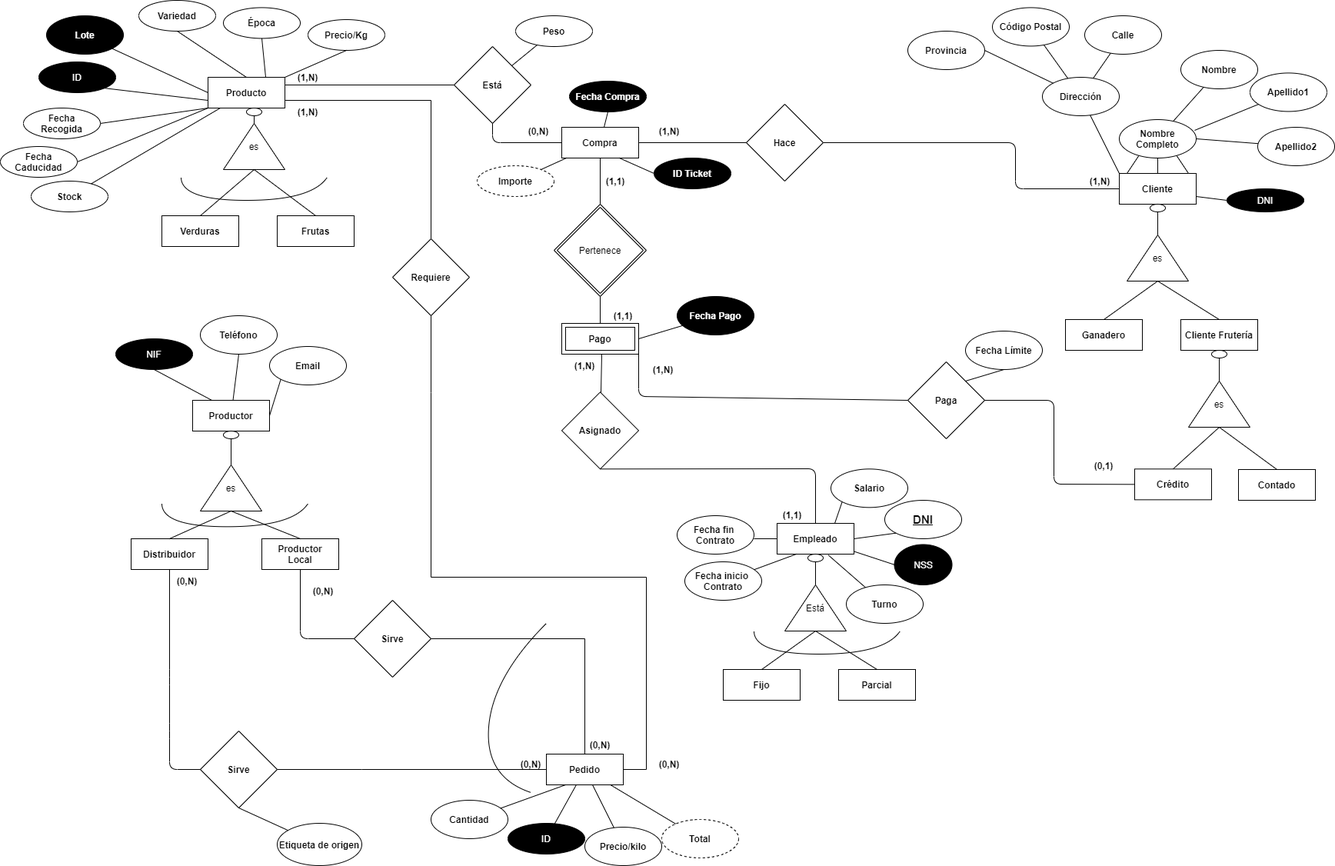
Above: Proyecto Final/Modelo E-R.png in carolalvarezm/ADBD (draw.io), before the change. Source tidied: cells renumbered, new cells last; positions are measured from the earlier drawing's top-left corner, leaving out a move shared by most shapes.
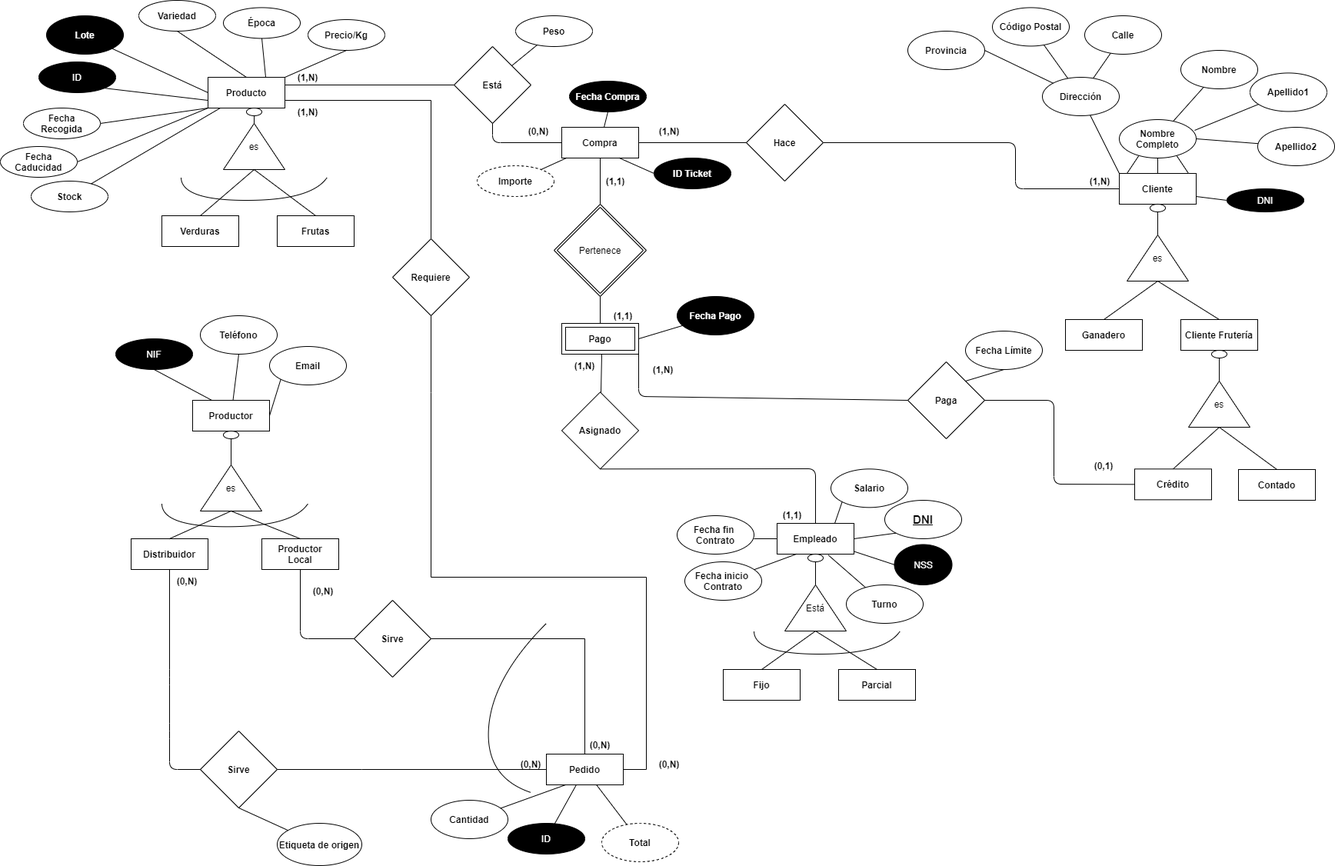
Above is the later version.

What changed in the source:
```diff
@@ -274,18 +274,12 @@
         </Array>
       </mxGeometry>
     </mxCell>
-    <mxCell id="76" value="Precio/kilo" style="ellipse;whiteSpace=wrap;html=1;align=center;fillColor=#FFFFFF;fontStyle=1;" parent="1" vertex="1">
-      <mxGeometry x="760" y="1075" width="100" height="50" as="geometry" />
-    </mxCell>
     <mxCell id="77" value="Total" style="ellipse;whiteSpace=wrap;html=1;align=center;fillColor=#FFFFFF;fontStyle=1;dashed=1;" parent="1" vertex="1">
-      <mxGeometry x="860" y="1065" width="100" height="50" as="geometry" />
+      <mxGeometry x="782" y="1070" width="100" height="50" as="geometry" />
     </mxCell>
     <mxCell id="78" style="endArrow=none;html=1;rounded=0;" parent="1" edge="1" source="77" target="9">
       <mxGeometry relative="1" as="geometry" />
     </mxCell>
-    <mxCell id="79" style="endArrow=none;html=1;rounded=0;" parent="1" edge="1" source="76" target="9">
-      <mxGeometry relative="1" as="geometry" />
-    </mxCell>
     <mxCell id="80" style="endArrow=none;html=1;rounded=0;" parent="1" edge="1" source="9" target="31">
       <mxGeometry relative="1" as="geometry" />
     </mxCell>
```
